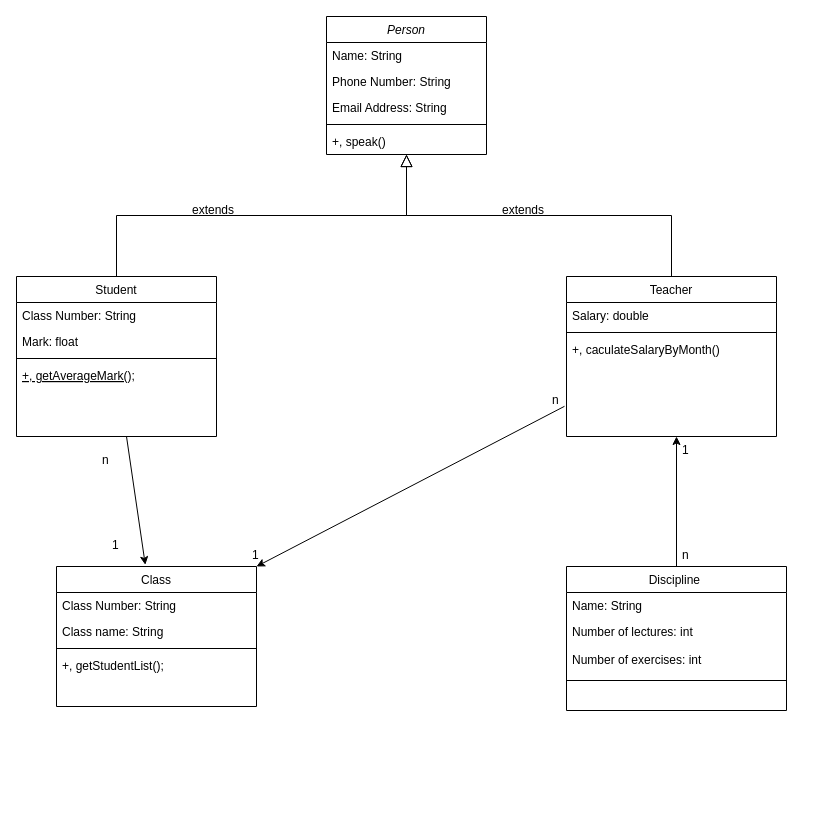
Before: javacore_exercise/src/Exercise_2/School_ClassDiagram.drawio in nguyenhoangnam6199/DC15_JavaCore, a draw.io diagram. Source tidied: cells renumbered, new cells numbered last; positions are measured from the earlier drawing's top-left corner, leaving out a move shared by most shapes. Both pictures are drawn from the tidied source at 100%, with x=0, y=0 at pixel (16, 16).
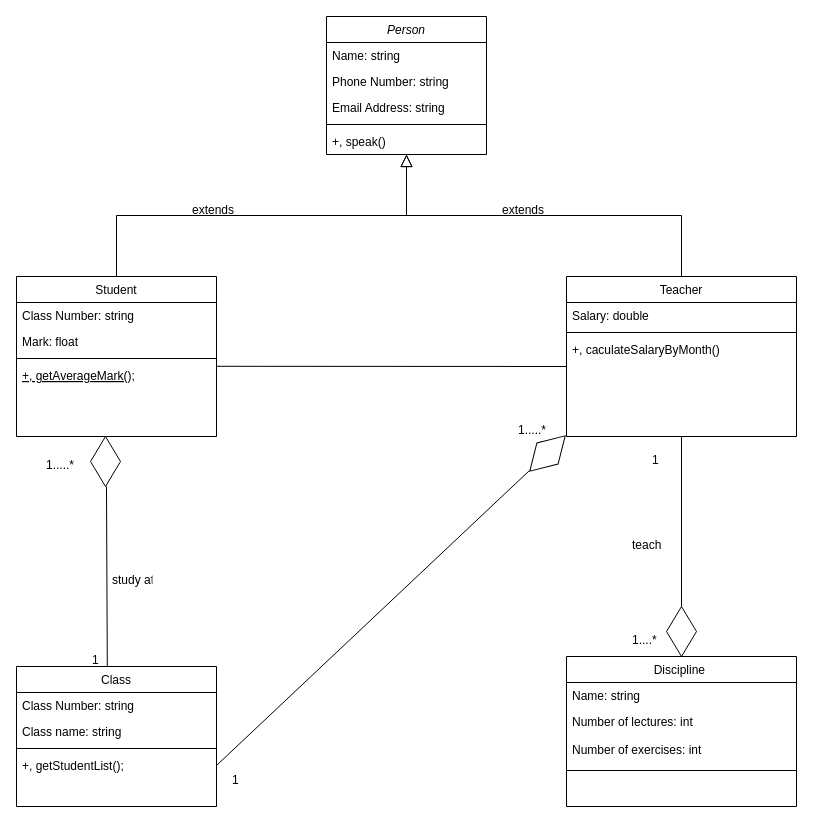
After the change.

The change refers to these unchanged cells:
```xml
<mxCell id="2" value="Person" style="swimlane;fontStyle=2;align=center;verticalAlign=top;horizontal=1;startSize=26;rounded=0;shadow=0;strokeWidth=1;" parent="1" vertex="1">
  <mxGeometry x="310" width="160" height="138" as="geometry" />
</mxCell>
<mxCell id="8" value="Student" style="swimlane;fontStyle=0;align=center;verticalAlign=top;horizontal=1;startSize=26;rounded=0;shadow=0;strokeWidth=1;" parent="1" vertex="1">
  <mxGeometry y="260" width="200" height="160" as="geometry" />
</mxCell>
<mxCell id="12" value="+, getAverageMark();" style="text;align=left;verticalAlign=top;spacingLeft=4;spacingRight=4;overflow=hidden;points=[[0,0.5],[1,0.5]];portConstraint=eastwest;fontStyle=4;" parent="8" vertex="1">
  <mxGeometry y="86" width="200" height="26" as="geometry" />
</mxCell>
<mxCell id="23" value="+, getStudentList();" style="text;align=left;verticalAlign=top;spacingLeft=4;spacingRight=4;overflow=hidden;points=[[0,0.5],[1,0.5]];portConstraint=eastwest;" parent="19" vertex="1">
  <mxGeometry y="86" width="200" height="26" as="geometry" />
</mxCell>
```

Diff of the diagram source:
```diff
@@
-    <mxCell id="3" value="Name: String" style="text;align=left;verticalAlign=top;spacingLeft=4;spacingRight=4;overflow=hidden;" parent="2" vertex="1">
+    <mxCell id="3" value="Name: string" style="text;align=left;verticalAlign=top;spacingLeft=4;spacingRight=4;overflow=hidden;" parent="2" vertex="1">
       <mxGeometry y="26" width="160" height="26" as="geometry" />
     </mxCell>
-    <mxCell id="4" value="Phone Number: String" style="text;align=left;verticalAlign=top;spacingLeft=4;spacingRight=4;overflow=hidden;rounded=0;shadow=0;html=0;" parent="2" vertex="1">
+    <mxCell id="4" value="Phone Number: string" style="text;align=left;verticalAlign=top;spacingLeft=4;spacingRight=4;overflow=hidden;rounded=0;shadow=0;html=0;" parent="2" vertex="1">
       <mxGeometry y="52" width="160" height="26" as="geometry" />
     </mxCell>
-    <mxCell id="5" value="Email Address: String" style="text;align=left;verticalAlign=top;spacingLeft=4;spacingRight=4;overflow=hidden;rounded=0;shadow=0;html=0;" parent="2" vertex="1">
+    <mxCell id="5" value="Email Address: string" style="text;align=left;verticalAlign=top;spacingLeft=4;spacingRight=4;overflow=hidden;rounded=0;shadow=0;html=0;" parent="2" vertex="1">
       <mxGeometry y="78" width="160" height="26" as="geometry" />
     </mxCell>
@@
-    <mxCell id="9" value="Class Number: String" style="text;align=left;verticalAlign=top;spacingLeft=4;spacingRight=4;overflow=hidden;" parent="8" vertex="1">
+    <mxCell id="9" value="Class Number: string" style="text;align=left;verticalAlign=top;spacingLeft=4;spacingRight=4;overflow=hidden;" parent="8" vertex="1">
       <mxGeometry y="26" width="200" height="26" as="geometry" />
     </mxCell>
@@
     <mxCell id="14" value="Teacher" style="swimlane;fontStyle=0;align=center;verticalAlign=top;horizontal=1;startSize=26;rounded=0;shadow=0;strokeWidth=1;" parent="1" vertex="1">
-      <mxGeometry x="550" y="260" width="210" height="160" as="geometry" />
+      <mxGeometry x="550" y="260" width="230" height="160" as="geometry" />
     </mxCell>
     <mxCell id="15" value="Salary: double" style="text;align=left;verticalAlign=top;spacingLeft=4;spacingRight=4;overflow=hidden;" parent="14" vertex="1">
-      <mxGeometry y="26" width="210" height="26" as="geometry" />
+      <mxGeometry y="26" width="230" height="26" as="geometry" />
     </mxCell>
     <mxCell id="16" style="line;html=1;strokeWidth=1;align=left;verticalAlign=middle;spacingTop=-1;spacingLeft=3;spacingRight=3;labelPosition=right;" parent="14" vertex="1">
-      <mxGeometry y="52" width="210" height="8" as="geometry" />
+      <mxGeometry y="52" width="230" height="8" as="geometry" />
     </mxCell>
     <mxCell id="17" value="+, caculateSalaryByMonth()" style="text;align=left;verticalAlign=top;spacingLeft=4;spacingRight=4;overflow=hidden;" parent="14" vertex="1">
-      <mxGeometry y="60" width="210" height="26" as="geometry" />
+      <mxGeometry y="60" width="230" height="26" as="geometry" />
     </mxCell>
@@
     <mxCell id="19" value="Class" style="swimlane;fontStyle=0;align=center;verticalAlign=top;horizontal=1;startSize=26;rounded=0;shadow=0;strokeWidth=1;" parent="1" vertex="1">
-      <mxGeometry x="40" y="550" width="200" height="140" as="geometry" />
+      <mxGeometry y="650" width="200" height="140" as="geometry" />
     </mxCell>
-    <mxCell id="20" value="Class Number: String" style="text;align=left;verticalAlign=top;spacingLeft=4;spacingRight=4;overflow=hidden;" parent="19" vertex="1">
+    <mxCell id="20" value="Class Number: string" style="text;align=left;verticalAlign=top;spacingLeft=4;spacingRight=4;overflow=hidden;" parent="19" vertex="1">
       <mxGeometry y="26" width="200" height="26" as="geometry" />
     </mxCell>
-    <mxCell id="21" value="Class name: String" style="text;align=left;verticalAlign=top;spacingLeft=4;spacingRight=4;overflow=hidden;rounded=0;shadow=0;html=0;" parent="19" vertex="1">
+    <mxCell id="21" value="Class name: string" style="text;align=left;verticalAlign=top;spacingLeft=4;spacingRight=4;overflow=hidden;rounded=0;shadow=0;html=0;" parent="19" vertex="1">
       <mxGeometry y="52" width="200" height="26" as="geometry" />
     </mxCell>
@@
-    <mxCell id="26" style="endArrow=classic;html=1;rounded=0;entryX=0.444;entryY=-0.012;entryDx=0;entryDy=0;entryPerimeter=0;" parent="1" edge="1" target="19">
-      <mxGeometry relative="1" as="geometry">
-        <mxPoint x="110" y="420" as="sourcePoint" />
-      </mxGeometry>
-    </mxCell>
     <mxCell id="27" value="Discipline " style="swimlane;fontStyle=0;align=center;verticalAlign=top;horizontal=1;startSize=26;rounded=0;shadow=0;strokeWidth=1;" parent="1" vertex="1">
-      <mxGeometry x="550" y="550" width="220" height="144" as="geometry" />
+      <mxGeometry x="550" y="640" width="230" height="150" as="geometry" />
     </mxCell>
-    <mxCell id="28" value="Name: String" style="text;align=left;verticalAlign=top;spacingLeft=4;spacingRight=4;overflow=hidden;" parent="27" vertex="1">
-      <mxGeometry y="26" width="220" height="26" as="geometry" />
+    <mxCell id="28" value="Name: string" style="text;align=left;verticalAlign=top;spacingLeft=4;spacingRight=4;overflow=hidden;" parent="27" vertex="1">
+      <mxGeometry y="26" width="230" height="26" as="geometry" />
     </mxCell>
     <mxCell id="29" value="Number of lectures: int&#10;&#10;Number of exercises: int" style="text;align=left;verticalAlign=top;spacingLeft=4;spacingRight=4;overflow=hidden;rounded=0;shadow=0;html=0;" parent="27" vertex="1">
-      <mxGeometry y="52" width="220" height="58" as="geometry" />
+      <mxGeometry y="52" width="230" height="58" as="geometry" />
     </mxCell>
     <mxCell id="30" style="line;html=1;strokeWidth=1;align=left;verticalAlign=middle;spacingTop=-1;spacingLeft=3;spacingRight=3;labelPosition=right;" parent="27" vertex="1">
-      <mxGeometry y="110" width="220" height="8" as="geometry" />
+      <mxGeometry y="110" width="230" height="8" as="geometry" />
     </mxCell>
-    <mxCell id="31" value="n" style="text;align=left;verticalAlign=top;spacingLeft=4;spacingRight=4;overflow=hidden;" parent="1" vertex="1">
-      <mxGeometry x="80" y="430" width="20" height="20" as="geometry" />
-    </mxCell>
-    <mxCell id="32" value="1" style="text;align=left;verticalAlign=top;spacingLeft=4;spacingRight=4;overflow=hidden;" parent="1" vertex="1">
-      <mxGeometry x="90" y="515" width="20" height="20" as="geometry" />
-    </mxCell>
-    <mxCell id="33" value="1" style="text;align=left;verticalAlign=top;spacingLeft=4;spacingRight=4;overflow=hidden;" parent="1" vertex="1">
-      <mxGeometry x="660" y="420" width="20" height="20" as="geometry" />
-    </mxCell>
-    <mxCell id="34" value="n" style="text;align=left;verticalAlign=top;spacingLeft=4;spacingRight=4;overflow=hidden;" parent="1" vertex="1">
-      <mxGeometry x="660" y="525" width="20" height="20" as="geometry" />
-    </mxCell>
     <mxCell id="35" value="1" style="text;align=left;verticalAlign=top;spacingLeft=4;spacingRight=4;overflow=hidden;" parent="1" vertex="1">
-      <mxGeometry x="230" y="525" width="20" height="20" as="geometry" />
+      <mxGeometry x="630" y="430" width="20" height="20" as="geometry" />
     </mxCell>
-    <mxCell id="36" value="n" style="text;align=left;verticalAlign=top;spacingLeft=4;spacingRight=4;overflow=hidden;points=[[0,0.5],[1,0.5]];portConstraint=eastwest;" parent="1" vertex="1">
-      <mxGeometry x="530" y="370" width="20" height="20" as="geometry" />
+    <mxCell id="36" value="1.....*" style="text;align=left;verticalAlign=top;spacingLeft=4;spacingRight=4;overflow=hidden;points=[[0,0.5],[1,0.5]];portConstraint=eastwest;" parent="1" vertex="1">
+      <mxGeometry x="24" y="435" width="50" height="20" as="geometry" />
     </mxCell>
-    <mxCell id="37" style="endArrow=classic;html=1;rounded=0;" parent="1" edge="1" source="27">
-      <mxGeometry relative="1" as="geometry">
-        <mxPoint x="660" y="420" as="targetPoint" />
-      </mxGeometry>
-    </mxCell>
-    <mxCell id="38" style="endArrow=classic;html=1;rounded=0;entryX=1;entryY=0;entryDx=0;entryDy=0;exitX=0.9;exitY=0.99;exitDx=0;exitDy=0;exitPerimeter=0;" parent="1" edge="1" source="36" target="19">
-      <mxGeometry relative="1" as="geometry" />
-    </mxCell>
+    <mxCell id="39" style="rhombus;whiteSpace=wrap;html=1;" parent="1" vertex="1">
+      <mxGeometry x="74" y="420" width="30" height="50" as="geometry" />
+    </mxCell>
+    <mxCell id="40" style="endArrow=none;html=1;rounded=0;exitX=0.454;exitY=0.004;exitDx=0;exitDy=0;exitPerimeter=0;" parent="1" edge="1" source="19">
+      <mxGeometry relative="1" as="geometry">
+        <mxPoint x="90" y="470" as="targetPoint" />
+      </mxGeometry>
+    </mxCell>
+    <mxCell id="41" style="rhombus;whiteSpace=wrap;html=1;" parent="1" vertex="1">
+      <mxGeometry x="650" y="590" width="30" height="50" as="geometry" />
+    </mxCell>
+    <mxCell id="42" style="endArrow=none;html=1;rounded=0;entryX=0.5;entryY=1;entryDx=0;entryDy=0;exitX=0.5;exitY=0;exitDx=0;exitDy=0;" parent="1" edge="1" source="41" target="14">
+      <mxGeometry relative="1" as="geometry" />
+    </mxCell>
+    <mxCell id="43" value="1" style="text;align=left;verticalAlign=top;spacingLeft=4;spacingRight=4;overflow=hidden;" parent="1" vertex="1">
+      <mxGeometry x="70" y="630" width="20" height="20" as="geometry" />
+    </mxCell>
+    <mxCell id="44" value="1....*" style="text;align=left;verticalAlign=top;spacingLeft=4;spacingRight=4;overflow=hidden;" parent="1" vertex="1">
+      <mxGeometry x="610" y="610" width="50" height="20" as="geometry" />
+    </mxCell>
+    <mxCell id="45" value="study at" style="text;align=left;verticalAlign=top;spacingLeft=4;spacingRight=4;overflow=hidden;" parent="1" vertex="1">
+      <mxGeometry x="90" y="550" width="50" height="20" as="geometry" />
+    </mxCell>
+    <mxCell id="46" value="teach" style="text;align=left;verticalAlign=top;spacingLeft=4;spacingRight=4;overflow=hidden;" parent="1" vertex="1">
+      <mxGeometry x="610" y="514.5" width="50" height="20" as="geometry" />
+    </mxCell>
+    <mxCell id="47" style="endArrow=none;html=1;rounded=0;exitX=0.998;exitY=0.146;exitDx=0;exitDy=0;exitPerimeter=0;" parent="1" edge="1" source="12">
+      <mxGeometry relative="1" as="geometry">
+        <mxPoint x="550" y="350" as="targetPoint" />
+      </mxGeometry>
+    </mxCell>
+    <mxCell id="48" style="rhombus;whiteSpace=wrap;html=1;rotation=45;" parent="1" vertex="1">
+      <mxGeometry x="516" y="412" width="30" height="50" as="geometry" />
+    </mxCell>
+    <mxCell id="49" style="endArrow=none;html=1;rounded=0;exitX=1;exitY=0.5;exitDx=0;exitDy=0;" parent="1" edge="1" source="23">
+      <mxGeometry relative="1" as="geometry">
+        <mxPoint x="513" y="454" as="targetPoint" />
+      </mxGeometry>
+    </mxCell>
+    <mxCell id="50" value="1" style="text;align=left;verticalAlign=top;spacingLeft=4;spacingRight=4;overflow=hidden;" parent="1" vertex="1">
+      <mxGeometry x="210" y="750" width="20" height="20" as="geometry" />
+    </mxCell>
+    <mxCell id="51" value="1.....*" style="text;align=left;verticalAlign=top;spacingLeft=4;spacingRight=4;overflow=hidden;" parent="1" vertex="1">
+      <mxGeometry x="496" y="400" width="50" height="20" as="geometry" />
+    </mxCell>
```
